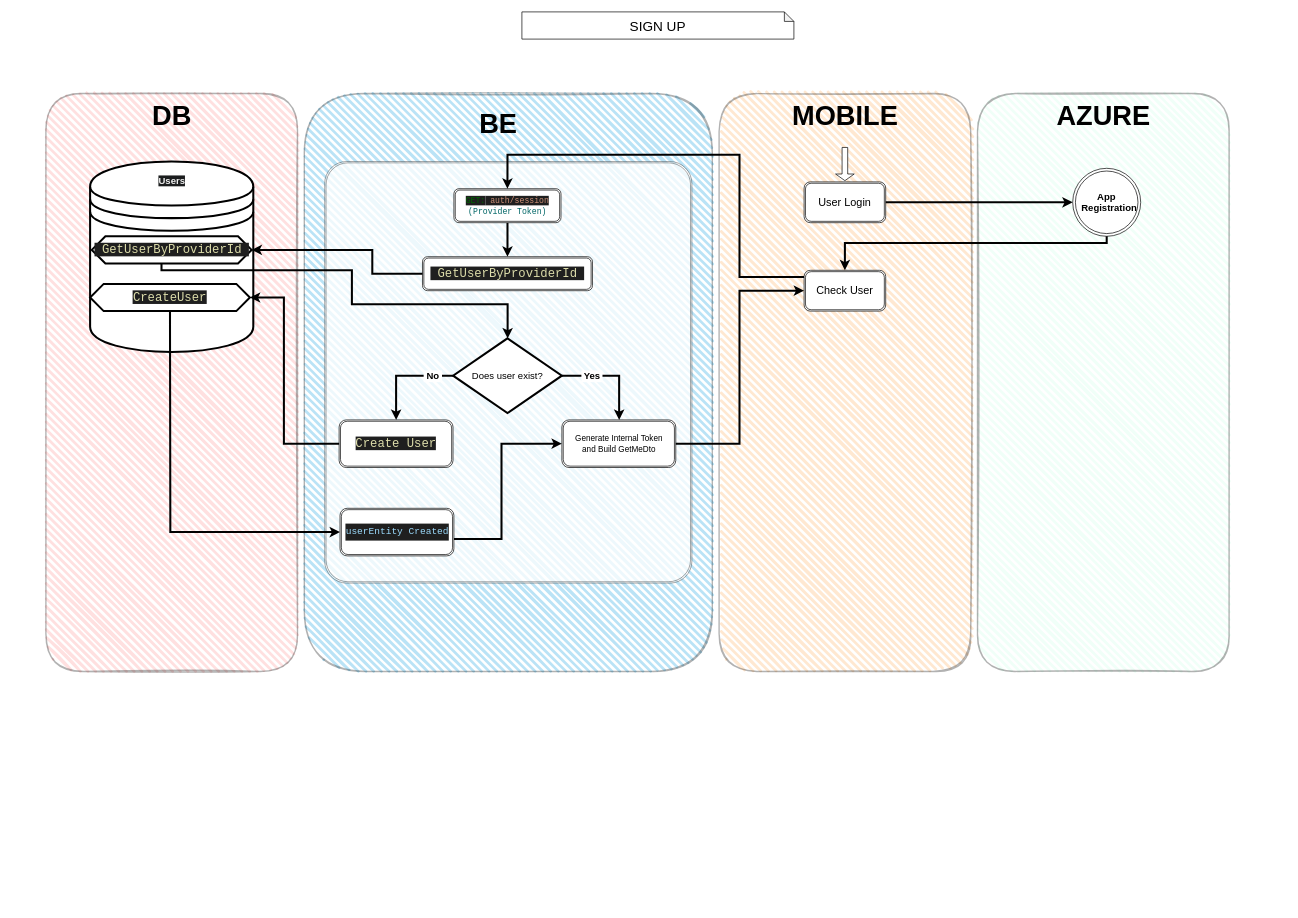
This is docs/sign_up.drawio from User6531/CaRaMob, a draw.io file, before an edit. Source tidied: cells renumbered, new cells numbered last; positions are measured from the earlier drawing's top-left corner, leaving out a move shared by most shapes. Both pictures are drawn from the tidied source at 68%, with x=0, y=0 at pixel (12, 12).
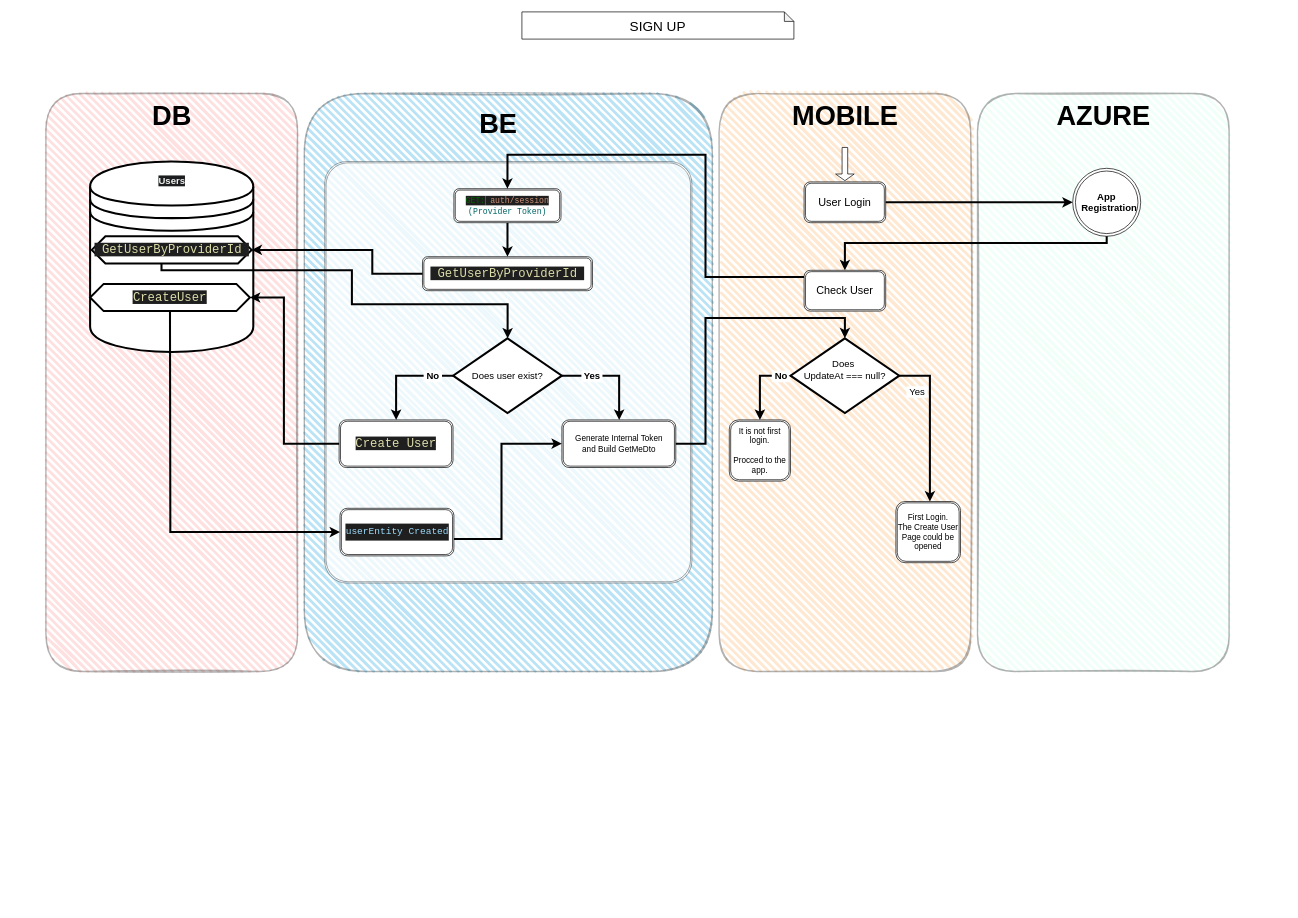
Above is the later version.

Unchanged cells that the change refers to:
```xml
<mxCell id="3" style="group;spacingTop=1;fontSize=14;strokeWidth=3;" parent="1" vertex="1">
  <mxGeometry y="120" width="1875" height="1195" as="geometry" />
</mxCell>
<mxCell id="9" value="&lt;font color=&quot;#006600&quot;&gt;&lt;br&gt;&lt;span style=&quot;font-family: Consolas, &amp;quot;Courier New&amp;quot;, monospace; white-space: pre; background-color: rgb(31, 31, 31);&quot;&gt;GET:&lt;/span&gt;&lt;/font&gt;&lt;span style=&quot;color: rgb(206, 145, 120); font-family: Consolas, &amp;quot;Courier New&amp;quot;, monospace; white-space: pre; background-color: rgb(31, 31, 31);&quot;&gt; auth/session&lt;/span&gt;&lt;div&gt;&lt;font face=&quot;Consolas, Courier New, monospace&quot;&gt;&lt;span style=&quot;white-space: pre;&quot;&gt;&lt;font color=&quot;#006666&quot;&gt;(Provider Token)&lt;/font&gt;&lt;font color=&quot;#ce9178&quot;&gt;&lt;br&gt;&lt;/font&gt;&lt;/span&gt;&lt;/font&gt;&lt;div&gt;&lt;br style=&quot;font-size: 14px; font-weight: 700; text-decoration-line: underline;&quot;&gt;&lt;/div&gt;&lt;/div&gt;" style="shape=ext;double=1;rounded=1;whiteSpace=wrap;html=1;" parent="3" vertex="1">
  <mxGeometry x="650" y="140" width="157.5" height="50" as="geometry" />
</mxCell>
<mxCell id="16" value="Generate Internal Token&lt;div&gt;and Build GetMeDto&lt;/div&gt;" style="shape=ext;double=1;rounded=1;whiteSpace=wrap;html=1;" parent="3" vertex="1">
  <mxGeometry x="808.8" y="480" width="167.5" height="70" as="geometry" />
</mxCell>
<mxCell id="20" style="group;" parent="3" vertex="1">
  <mxGeometry x="1040" width="380" height="850" as="geometry" />
</mxCell>
<mxCell id="25" value="&lt;span style=&quot;font-size: 16px;&quot;&gt;Check User&lt;/span&gt;" style="shape=ext;double=1;rounded=1;whiteSpace=wrap;html=1;" parent="20" vertex="1">
  <mxGeometry x="125" y="260" width="120" height="60" as="geometry" />
</mxCell>
```

The edit, as a diff of the source:
```diff
@@
+    <mxCell id="45" style="edgeStyle=orthogonalEdgeStyle;rounded=0;jettySize=auto;html=1;strokeWidth=3;" parent="20" edge="1" source="49" target="50">
+      <mxGeometry relative="1" as="geometry">
+        <Array as="points">
+          <mxPoint x="310" y="415" />
+        </Array>
+      </mxGeometry>
+    </mxCell>
+    <mxCell id="46" value="&lt;font style=&quot;font-size: 14px;&quot;&gt;&amp;nbsp;Yes&amp;nbsp;&lt;/font&gt;" style="edgeLabel;html=1;align=center;verticalAlign=middle;" parent="45" vertex="1">
+      <mxGeometry x="-0.36" y="2" relative="1" as="geometry">
+        <mxPoint x="-22" y="-6" as="offset" />
+      </mxGeometry>
+    </mxCell>
+    <mxCell id="47" style="edgeStyle=orthogonalEdgeStyle;rounded=0;jettySize=auto;html=1;strokeWidth=3;" parent="20" edge="1" source="49" target="51">
+      <mxGeometry relative="1" as="geometry">
+        <Array as="points">
+          <mxPoint x="60" y="415" />
+        </Array>
+      </mxGeometry>
+    </mxCell>
+    <mxCell id="48" value="&lt;font style=&quot;font-size: 14px;&quot;&gt;&lt;b&gt;&amp;nbsp;No&amp;nbsp;&lt;/b&gt;&lt;/font&gt;" style="edgeLabel;html=1;align=center;verticalAlign=middle;" parent="47" vertex="1">
+      <mxGeometry x="-0.63" relative="1" as="geometry">
+        <mxPoint x="5" as="offset" />
+      </mxGeometry>
+    </mxCell>
+    <mxCell id="49" value="&lt;font style=&quot;font-size: 14px;&quot;&gt;Does&amp;nbsp;&lt;/font&gt;&lt;div&gt;&lt;font style=&quot;font-size: 14px;&quot;&gt;UpdateAt === null?&lt;/font&gt;&lt;/div&gt;&lt;div&gt;&lt;font style=&quot;font-size: 14px;&quot;&gt;&lt;br&gt;&lt;/font&gt;&lt;/div&gt;" style="rhombus;whiteSpace=wrap;html=1;strokeWidth=3;" parent="20" vertex="1">
+      <mxGeometry x="105" y="360" width="160" height="110" as="geometry" />
+    </mxCell>
+    <mxCell id="50" value="First Login.&lt;div&gt;The Create User Page could be opened&lt;/div&gt;" style="shape=ext;double=1;rounded=1;whiteSpace=wrap;html=1;" parent="20" vertex="1">
+      <mxGeometry x="260" y="600" width="95" height="90" as="geometry" />
+    </mxCell>
+    <mxCell id="51" value="It is not first login.&lt;div&gt;&amp;nbsp;&lt;br&gt;Procced to the app.&lt;/div&gt;" style="shape=ext;double=1;rounded=1;whiteSpace=wrap;html=1;" parent="20" vertex="1">
+      <mxGeometry x="15" y="480" width="90" height="90" as="geometry" />
+    </mxCell>
@@
     <mxCell id="30" style="edgeStyle=orthogonalEdgeStyle;rounded=0;jettySize=auto;html=1;entryX=0.5;entryY=0;entryDx=0;entryDy=0;strokeWidth=3;" parent="3" edge="1" source="25" target="9">
       <mxGeometry relative="1" as="geometry">
         <Array as="points">
-          <mxPoint x="1070" y="270" />
-          <mxPoint x="1070" y="90" />
+          <mxPoint x="1020" y="270" />
+          <mxPoint x="1020" y="90" />
           <mxPoint x="729" y="90" />
         </Array>
       </mxGeometry>
     </mxCell>
-    <mxCell id="31" style="edgeStyle=orthogonalEdgeStyle;rounded=0;jettySize=auto;html=1;strokeWidth=3;" parent="3" edge="1" source="16" target="25">
+    <mxCell id="31" style="edgeStyle=orthogonalEdgeStyle;rounded=0;jettySize=auto;html=1;strokeWidth=3;" parent="3" edge="1" source="16" target="49">
       <mxGeometry relative="1" as="geometry">
         <Array as="points">
-          <mxPoint x="1070" y="515" />
-          <mxPoint x="1070" y="290" />
+          <mxPoint x="1020" y="515" />
+          <mxPoint x="1020" y="330" />
+          <mxPoint x="1225" y="330" />
         </Array>
       </mxGeometry>
     </mxCell>
```
